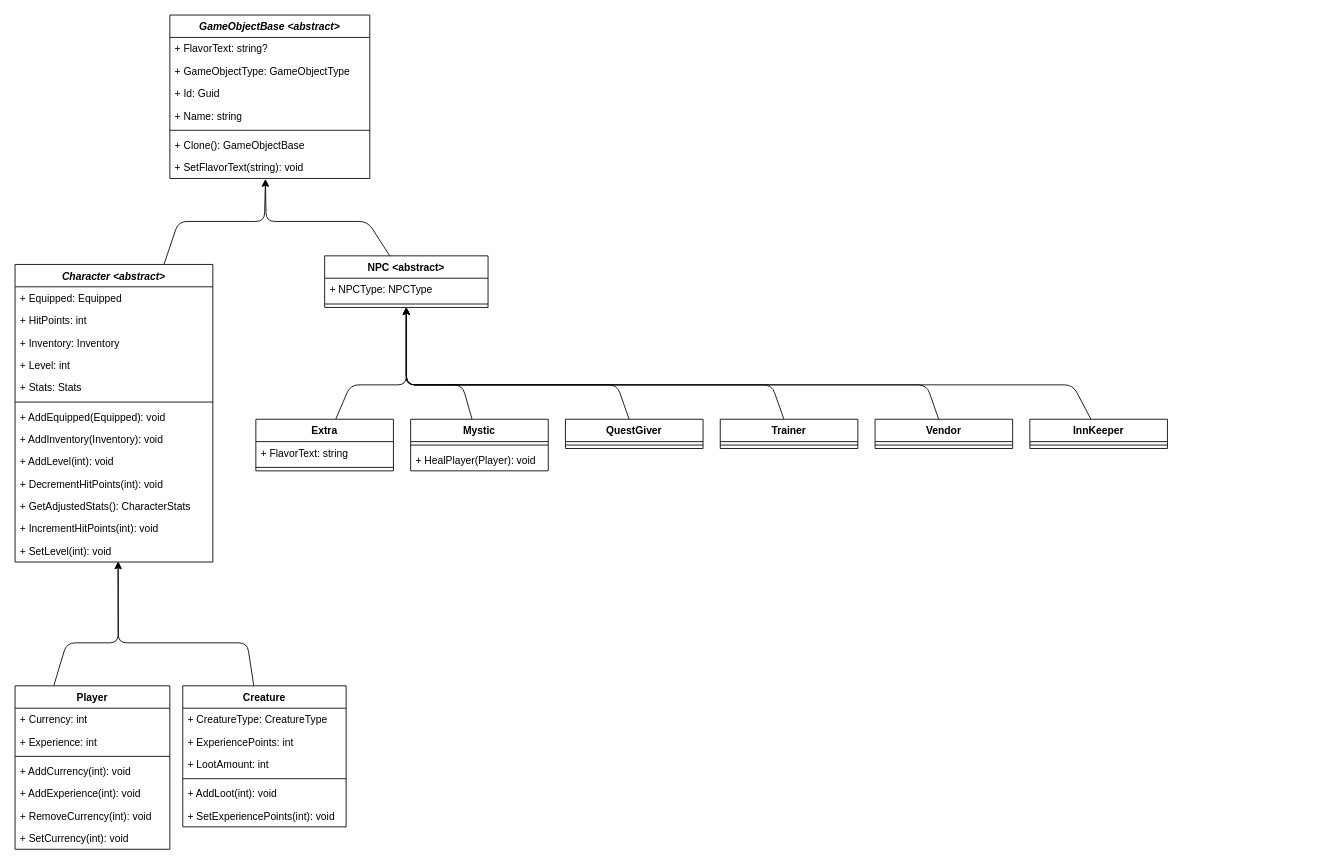
Earlier version of the draw.io diagram docs/design/domain_models/characters.drawio (scottfalbo/GameEngine). Source tidied: cells renumbered, new cells numbered last; positions are measured from the earlier drawing's top-left corner, leaving out a move shared by most shapes. Both pictures are drawn from the tidied source at 86%, with x=0, y=0 at pixel (15, 15).
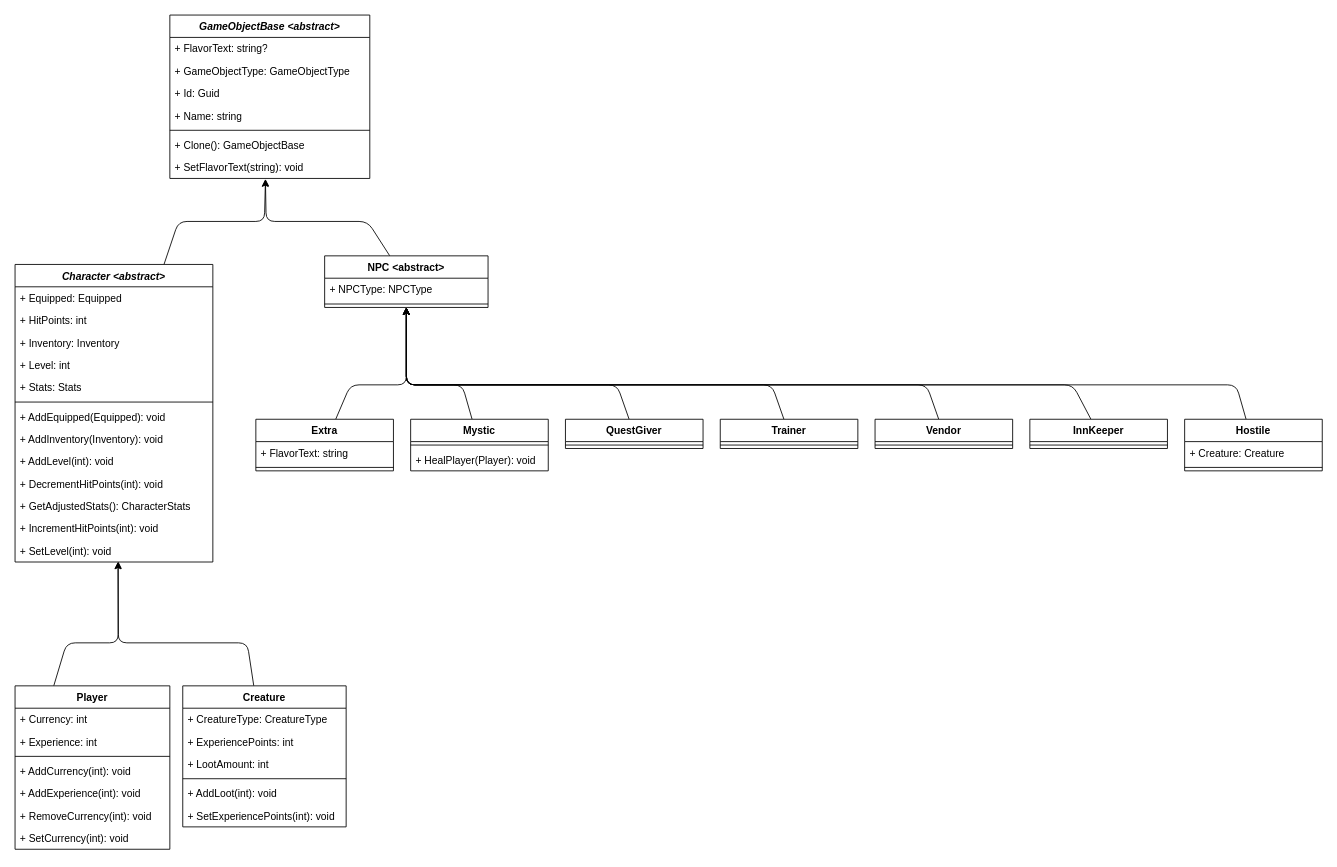
The same diagram, later.

The change refers to these unchanged cells:
```xml
<mxCell id="35" value="NPC &lt;abstract&gt;" style="swimlane;fontStyle=1;align=center;verticalAlign=top;horizontal=1;startSize=26;" parent="1" vertex="1">
  <mxGeometry x="360" y="280" width="190" height="60" as="geometry" />
</mxCell>
```

What changed in the source:
```diff
@@
+    <mxCell id="66" style="edgeStyle=none;html=1;entryX=0.5;entryY=1;entryDx=0;entryDy=0;" parent="1" edge="1" source="67" target="35">
+      <mxGeometry relative="1" as="geometry">
+        <Array as="points">
+          <mxPoint x="1420" y="430" />
+          <mxPoint x="455" y="430" />
+        </Array>
+      </mxGeometry>
+    </mxCell>
+    <mxCell id="67" value="Hostile" style="swimlane;fontStyle=1;align=center;verticalAlign=top;horizontal=1;startSize=26;" parent="1" vertex="1">
+      <mxGeometry x="1360" y="470" width="160" height="60" as="geometry" />
+    </mxCell>
+    <mxCell id="68" value="+ Creature: Creature" style="text;strokeColor=none;fillColor=none;align=left;verticalAlign=top;spacingLeft=4;spacingRight=4;overflow=hidden;" parent="67" vertex="1">
+      <mxGeometry y="26" width="160" height="26" as="geometry" />
+    </mxCell>
+    <mxCell id="69" style="line;strokeWidth=1;fillColor=none;align=left;verticalAlign=middle;spacingTop=-1;spacingLeft=3;spacingRight=3;labelPosition=right;strokeColor=inherit;" parent="67" vertex="1">
+      <mxGeometry y="52" width="160" height="8" as="geometry" />
+    </mxCell>
```
